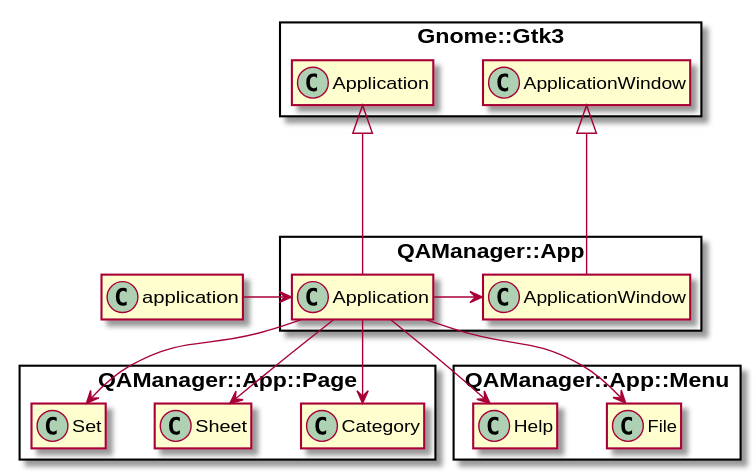
This is doc/plantuml/structure-top.svg from MARTIMM/question-answer, a PlantUML export, as it was before one commit. The source it was exported from:
```plantuml
@startuml
skinparam packageStyle rectangle
set namespaceSeparator ::
hide members

application -> QAManager::App::Application

QAManager::App::Application -> QAManager::App::ApplicationWindow
QAManager::App::Application --> QAManager::App::Page::Category
QAManager::App::Application --> QAManager::App::Page::Sheet
QAManager::App::Application --> QAManager::App::Page::Set
Gnome::Gtk3::Application <|-- QAManager::App::Application

QAManager::App::Application --> QAManager::App::Menu::File
QAManager::App::Application --> QAManager::App::Menu::Help

Gnome::Gtk3::ApplicationWindow <|--- QAManager::App::ApplicationWindow

@enduml
```
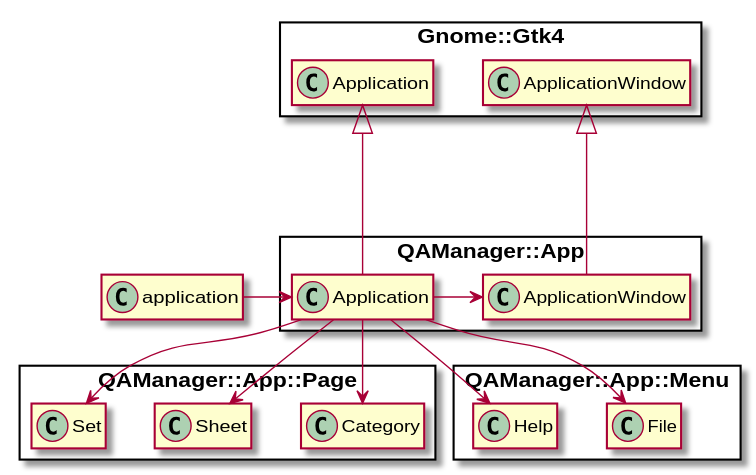
After the commit.

Change to the diagram source:
```diff
@@ -9,11 +9,11 @@
 QAManager::App::Application --> QAManager::App::Page::Category
 QAManager::App::Application --> QAManager::App::Page::Sheet
 QAManager::App::Application --> QAManager::App::Page::Set
-Gnome::Gtk3::Application <|-- QAManager::App::Application
+Gnome::Gtk4::Application <|-- QAManager::App::Application
 
 QAManager::App::Application --> QAManager::App::Menu::File
 QAManager::App::Application --> QAManager::App::Menu::Help
 
-Gnome::Gtk3::ApplicationWindow <|--- QAManager::App::ApplicationWindow
+Gnome::Gtk4::ApplicationWindow <|--- QAManager::App::ApplicationWindow
 
 @enduml
```
